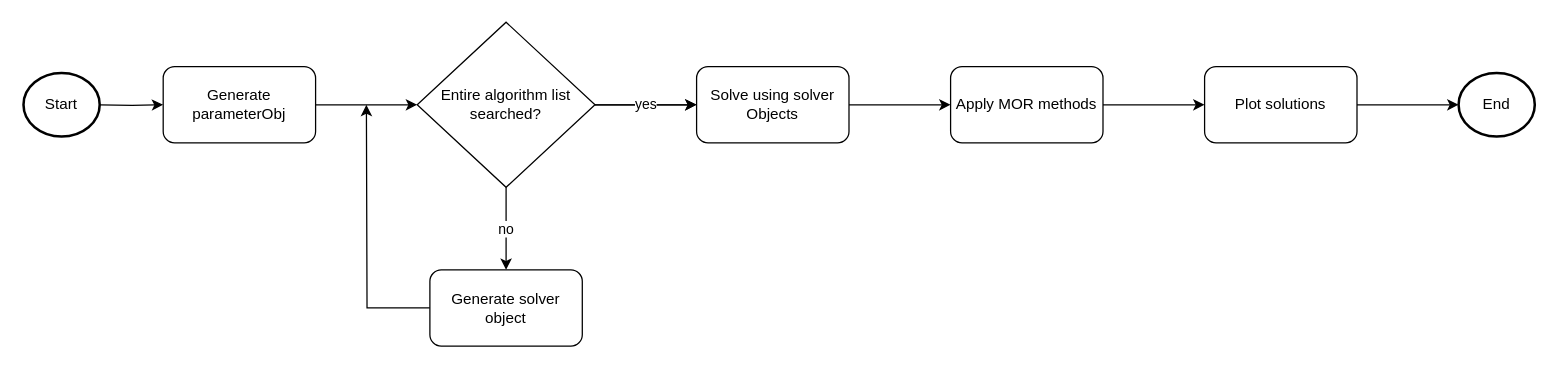
The draw.io diagram page "Page-1" (1 of 2) of images/main_seq.drawio in FlorianGelb/Studienarbeit, before the edit. Source tidied: cells renumbered, new cells numbered last; positions are measured from the earlier drawing's top-left corner, leaving out a move shared by most shapes. Both pictures are drawn from the tidied source at 127%, with x=0, y=0 at pixel (23, 22).
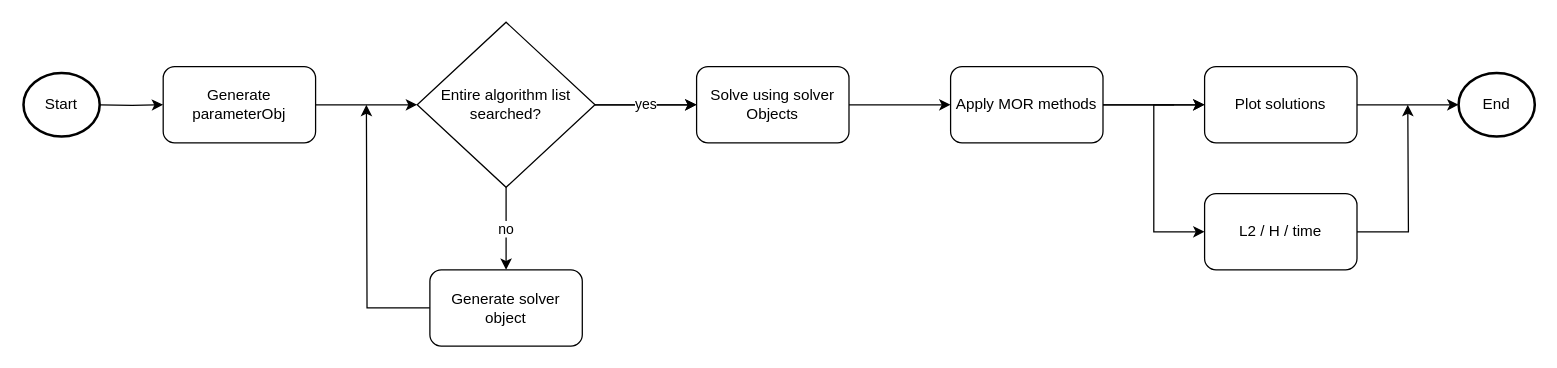
Above is the later version.

Unchanged cells that the change refers to:
```xml
<mxCell id="14" value="Apply MOR methods" style="rounded=1;whiteSpace=wrap;html=1;" parent="1" vertex="1">
  <mxGeometry x="730" y="35" width="120" height="60" as="geometry" />
</mxCell>
<mxCell id="16" value="Plot solutions" style="rounded=1;whiteSpace=wrap;html=1;" parent="1" vertex="1">
  <mxGeometry x="930" y="35" width="120" height="60" as="geometry" />
</mxCell>
```

The edit, as a diff of the source:
```diff
@@
+    <mxCell id="19" style="edgeStyle=orthogonalEdgeStyle;rounded=0;jettySize=auto;html=1;entryX=0;entryY=0.5;entryDx=0;entryDy=0;" parent="1" edge="1" target="21">
+      <mxGeometry relative="1" as="geometry">
+        <mxPoint x="906" y="65" as="sourcePoint" />
+        <Array as="points">
+          <mxPoint x="890" y="65" />
+          <mxPoint x="890" y="165" />
+        </Array>
+      </mxGeometry>
+    </mxCell>
+    <mxCell id="20" style="edgeStyle=orthogonalEdgeStyle;rounded=0;jettySize=auto;html=1;" parent="1" edge="1" source="21">
+      <mxGeometry relative="1" as="geometry">
+        <mxPoint x="1090" y="65" as="targetPoint" />
+      </mxGeometry>
+    </mxCell>
+    <mxCell id="21" value="L2 / H / time" style="rounded=1;whiteSpace=wrap;html=1;" parent="1" vertex="1">
+      <mxGeometry x="930" y="135" width="120" height="60" as="geometry" />
+    </mxCell>
+    <mxCell id="22" style="edgeStyle=orthogonalEdgeStyle;rounded=0;jettySize=auto;html=1;" parent="1" edge="1" source="14" target="16">
+      <mxGeometry relative="1" as="geometry">
+        <Array as="points">
+          <mxPoint x="900" y="65" />
+          <mxPoint x="900" y="65" />
+        </Array>
+      </mxGeometry>
+    </mxCell>
```
